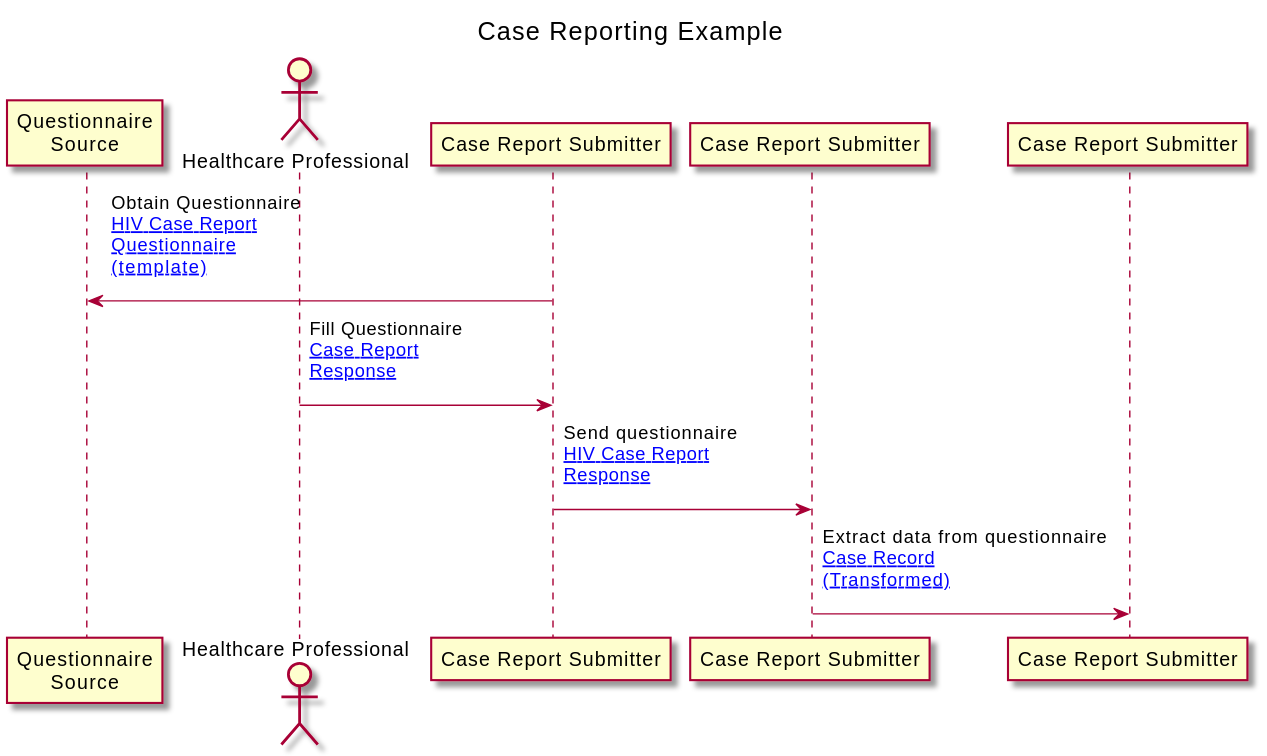
Above: ExampleScenario-hiv-case-reporting-scenario.svg in openhie/hiv-ig (PlantUML), before the change. Source of this version:
```plantuml
@startuml


Title Case Reporting Example

participant "Questionnaire\nSource" as QS
actor "Healthcare Professional" as HCP
participant "Case Report Submitter" as CRSUBM
participant "Case Report Submitter" as CRTRANSF
participant "Case Report Submitter" as CRREPO






    CRSUBM-> QS : Obtain Questionnaire\n[[ExampleScenario-hiv-case-reporting-scenario-resources.html#hiv-case-report-questionnaire HIV Case Report\nQuestionnaire\n(template)]]\n



    HCP-> CRSUBM : Fill Questionnaire\n[[ExampleScenario-hiv-case-reporting-scenario-resources.html#HIV Case Report\nResponse]]\n


    CRSUBM-> CRTRANSF : Send questionnaire\n[[ExampleScenario-hiv-case-reporting-scenario-resources.html#exampleresponse HIV Case Report\nResponse]]\n



    CRTRANSF-> CRREPO : Extract data from questionnaire\n[[ExampleScenario-hiv-case-reporting-scenario-resources.html#HIV Case Record\n(Transformed)]]\n







@enduml
```
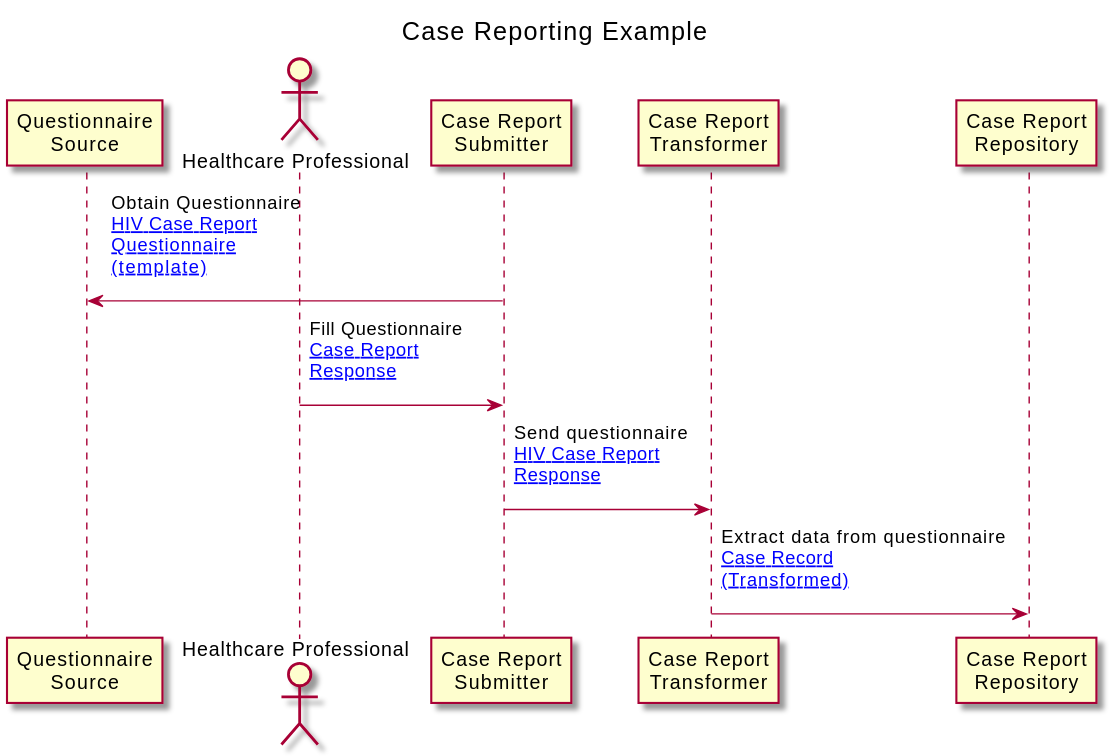
After the change.

Change to the diagram source:
```diff
@@ -5,9 +5,9 @@
 
 participant "Questionnaire\nSource" as QS
 actor "Healthcare Professional" as HCP
-participant "Case Report Submitter" as CRSUBM
-participant "Case Report Submitter" as CRTRANSF
-participant "Case Report Submitter" as CRREPO
+participant "Case Report\nSubmitter" as CRSUBM
+participant "Case Report\nTransformer" as CRTRANSF
+participant "Case Report\nRepository" as CRREPO
 
 
 
```
